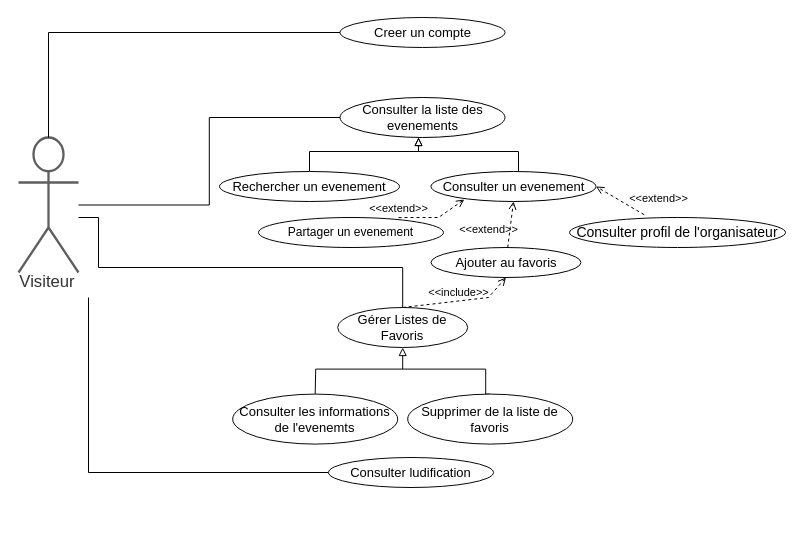
Above: Diagram de cas utilisation/1-Utilisateur_VF.drawio in mohamedimem/event- (draw.io), before the change. Source tidied: cells renumbered, new cells numbered last; positions are measured from the earlier drawing's top-left corner, leaving out a move shared by most shapes. Both pictures are drawn from the tidied source at 100%, with x=0, y=0 at pixel (18, 17).
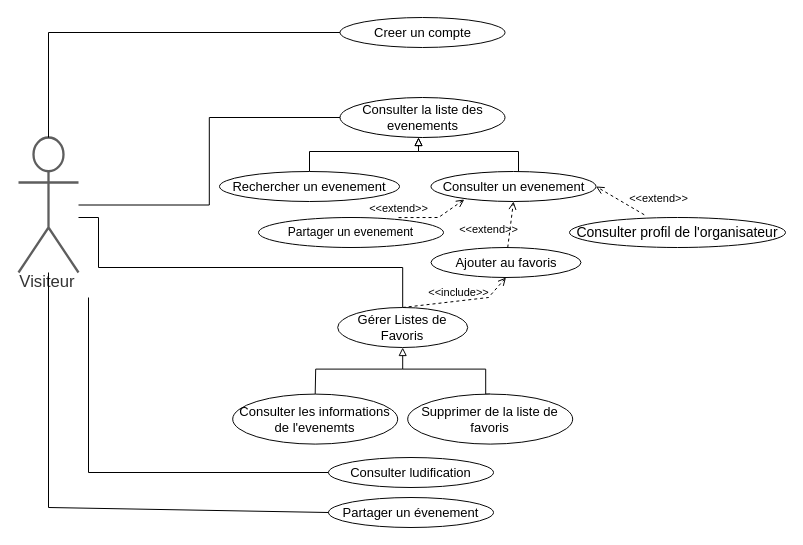
After the change.

Commit message:
Mettre à jour 1-Utilisateur_VF.drawio

The change refers to these unchanged cells:
```xml
<mxCell id="2" value="Visiteur" style="html=1;overflow=block;blockSpacing=1;shape=umlActor;labelPosition=center;verticalLabelPosition=bottom;verticalAlign=top;whiteSpace=nowrap;fontSize=16.7;fontColor=#333333;align=center;spacing=0;strokeColor=#5e5e5e;strokeOpacity=100;rounded=1;absoluteArcSize=1;arcSize=9;strokeWidth=2.3;lucidId=8mitzC-ZQj-q;" parent="1" vertex="1">
  <mxGeometry y="120" width="60" height="135" as="geometry" />
</mxCell>
```

What changed in the source:
```diff
@@
+    <mxCell id="27" value="Partager un évenement" style="html=1;overflow=block;blockSpacing=1;whiteSpace=wrap;ellipse;fontSize=13;spacing=3.8;strokeColor=#080808;strokeOpacity=100;rounded=1;absoluteArcSize=1;arcSize=9;strokeWidth=1;lucidId=KpitLF8Kvkj4;" parent="1" vertex="1">
+      <mxGeometry x="310" y="480" width="165" height="30" as="geometry" />
+    </mxCell>
+    <mxCell id="28" style="edgeStyle=none;rounded=0;jettySize=auto;html=1;exitX=0;exitY=0.5;exitDx=0;exitDy=0;endArrow=none;endFill=0;" parent="1" edge="1" target="2">
+      <mxGeometry relative="1" as="geometry">
+        <mxPoint x="310" y="495" as="sourcePoint" />
+        <Array as="points">
+          <mxPoint x="30" y="490" />
+        </Array>
+      </mxGeometry>
+    </mxCell>
```
